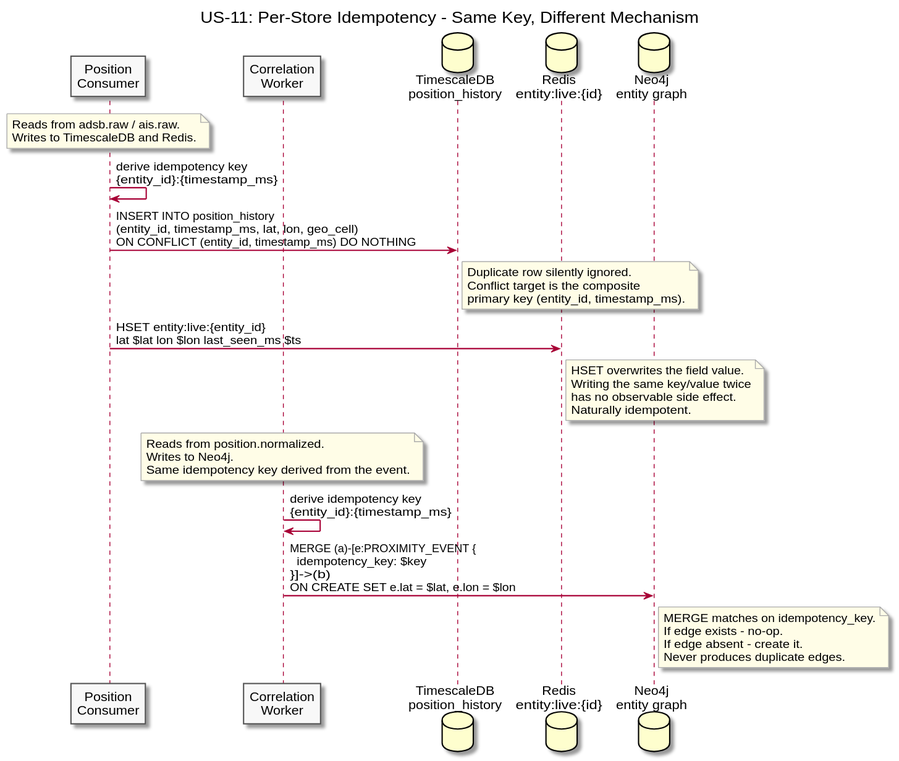
Before: diagrams/docs/use-cases/US-11-idempotent-writes/per-store-idempotency.svg, a diagram exported from PlantUML (Buffden/sentinel).
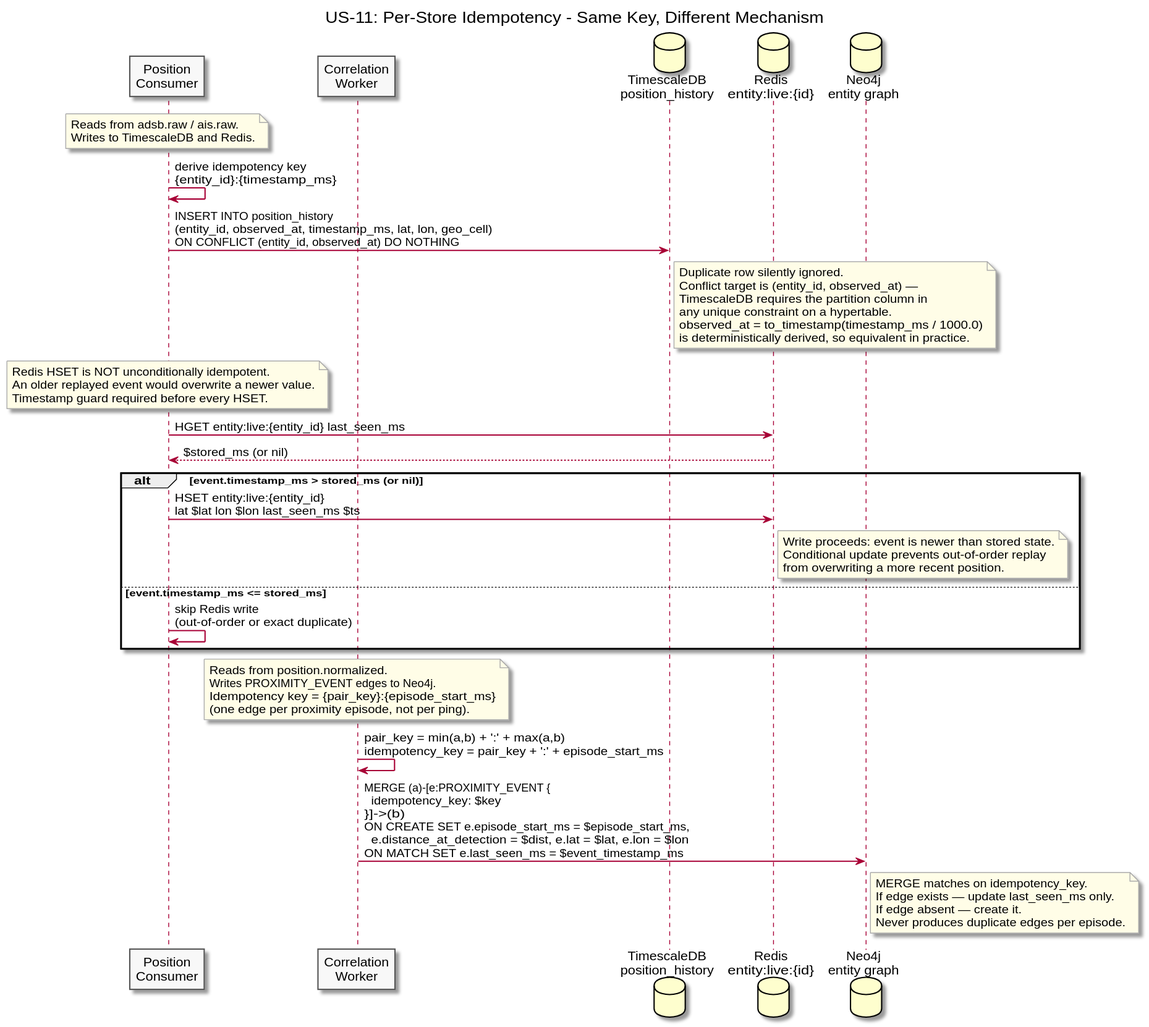
Later version of the same file.

Diff of the diagram source:
```diff
@@ -20,38 +20,53 @@
 
 PosConsumer -> PosConsumer : derive idempotency key\n{entity_id}:{timestamp_ms}
 
-PosConsumer -> TSDB : INSERT INTO position_history\n(entity_id, timestamp_ms, lat, lon, geo_cell)\nON CONFLICT (entity_id, timestamp_ms) DO NOTHING
+PosConsumer -> TSDB : INSERT INTO position_history\n(entity_id, observed_at, timestamp_ms, lat, lon, geo_cell)\nON CONFLICT (entity_id, observed_at) DO NOTHING
 
 note right of TSDB
   Duplicate row silently ignored.
-  Conflict target is the composite
-  primary key (entity_id, timestamp_ms).
+  Conflict target is (entity_id, observed_at) —
+  TimescaleDB requires the partition column in
+  any unique constraint on a hypertable.
+  observed_at = to_timestamp(timestamp_ms / 1000.0)
+  is deterministically derived, so equivalent in practice.
 end note
 
-PosConsumer -> Redis : HSET entity:live:{entity_id}\nlat $lat lon $lon last_seen_ms $ts
+note over PosConsumer
+  Redis HSET is NOT unconditionally idempotent.
+  An older replayed event would overwrite a newer value.
+  Timestamp guard required before every HSET.
+end note
 
-note right of Redis
-  HSET overwrites the field value.
-  Writing the same key/value twice
-  has no observable side effect.
-  Naturally idempotent.
-end note
+PosConsumer -> Redis : HGET entity:live:{entity_id} last_seen_ms
+Redis --> PosConsumer : $stored_ms (or nil)
+
+alt event.timestamp_ms > stored_ms (or nil)
+  PosConsumer -> Redis : HSET entity:live:{entity_id}\nlat $lat lon $lon last_seen_ms $ts
+  note right of Redis
+    Write proceeds: event is newer than stored state.
+    Conditional update prevents out-of-order replay
+    from overwriting a more recent position.
+  end note
+else event.timestamp_ms <= stored_ms
+  PosConsumer -> PosConsumer : skip Redis write\n(out-of-order or exact duplicate)
+end
 
 note over CorrWorker
   Reads from position.normalized.
-  Writes to Neo4j.
-  Same idempotency key derived from the event.
+  Writes PROXIMITY_EVENT edges to Neo4j.
+  Idempotency key = {pair_key}:{episode_start_ms}
+  (one edge per proximity episode, not per ping).
 end note
 
-CorrWorker -> CorrWorker : derive idempotency key\n{entity_id}:{timestamp_ms}
+CorrWorker -> CorrWorker : pair_key = min(a,b) + ':' + max(a,b)\nidempotency_key = pair_key + ':' + episode_start_ms
 
-CorrWorker -> Neo4j : MERGE (a)-[e:PROXIMITY_EVENT {\n  idempotency_key: $key\n}]->(b)\nON CREATE SET e.lat = $lat, e.lon = $lon
+CorrWorker -> Neo4j : MERGE (a)-[e:PROXIMITY_EVENT {\n  idempotency_key: $key\n}]->(b)\nON CREATE SET e.episode_start_ms = $episode_start_ms,\n  e.distance_at_detection = $dist, e.lat = $lat, e.lon = $lon\nON MATCH SET e.last_seen_ms = $event_timestamp_ms
 
 note right of Neo4j
   MERGE matches on idempotency_key.
-  If edge exists - no-op.
-  If edge absent - create it.
-  Never produces duplicate edges.
+  If edge exists — update last_seen_ms only.
+  If edge absent — create it.
+  Never produces duplicate edges per episode.
 end note
 
 @enduml
```
